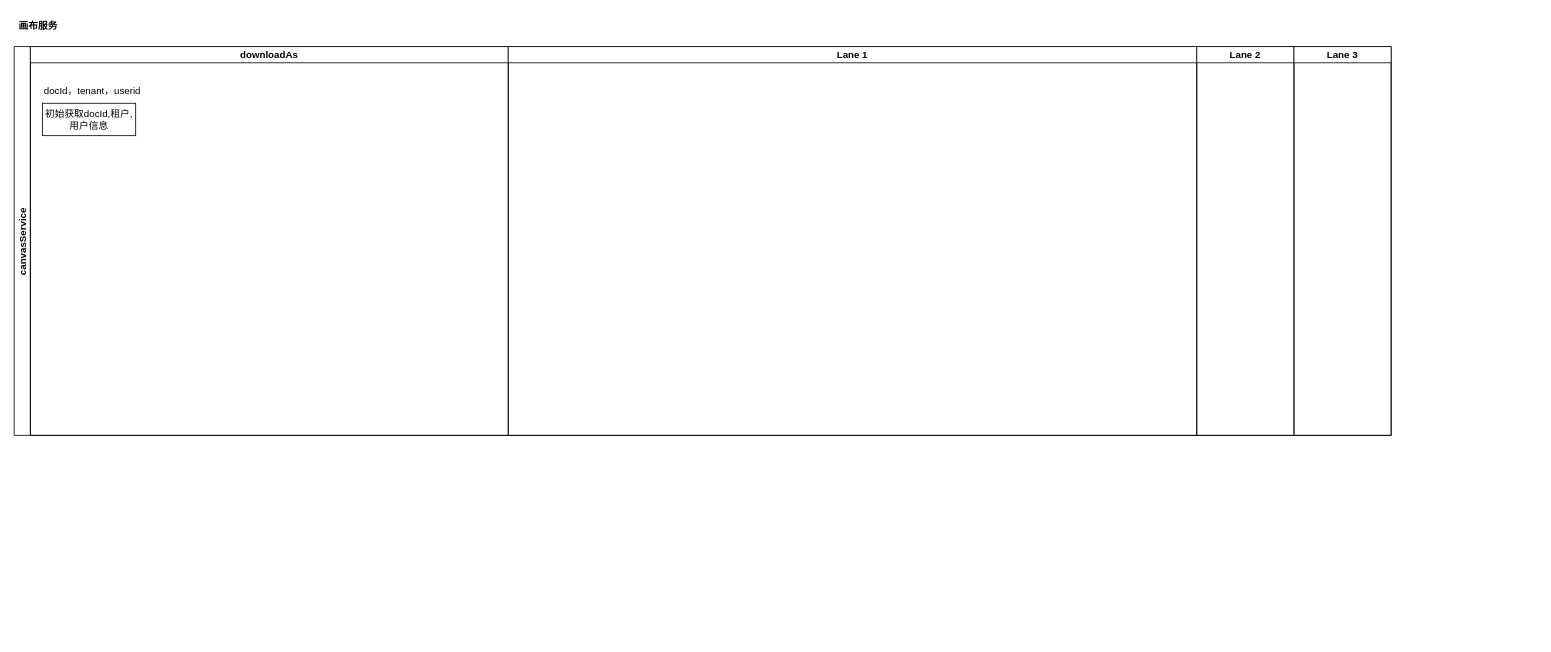
Earlier version of the draw.io diagram page "canvasService" (5 of 8) of Untitled Diagram.drawio (31ui/draw). Source tidied: cells renumbered, new cells numbered last; positions are measured from the earlier drawing's top-left corner, leaving out a move shared by most shapes. Both pictures are drawn from the tidied source at 81%, with x=0, y=0 at pixel (14, 14).
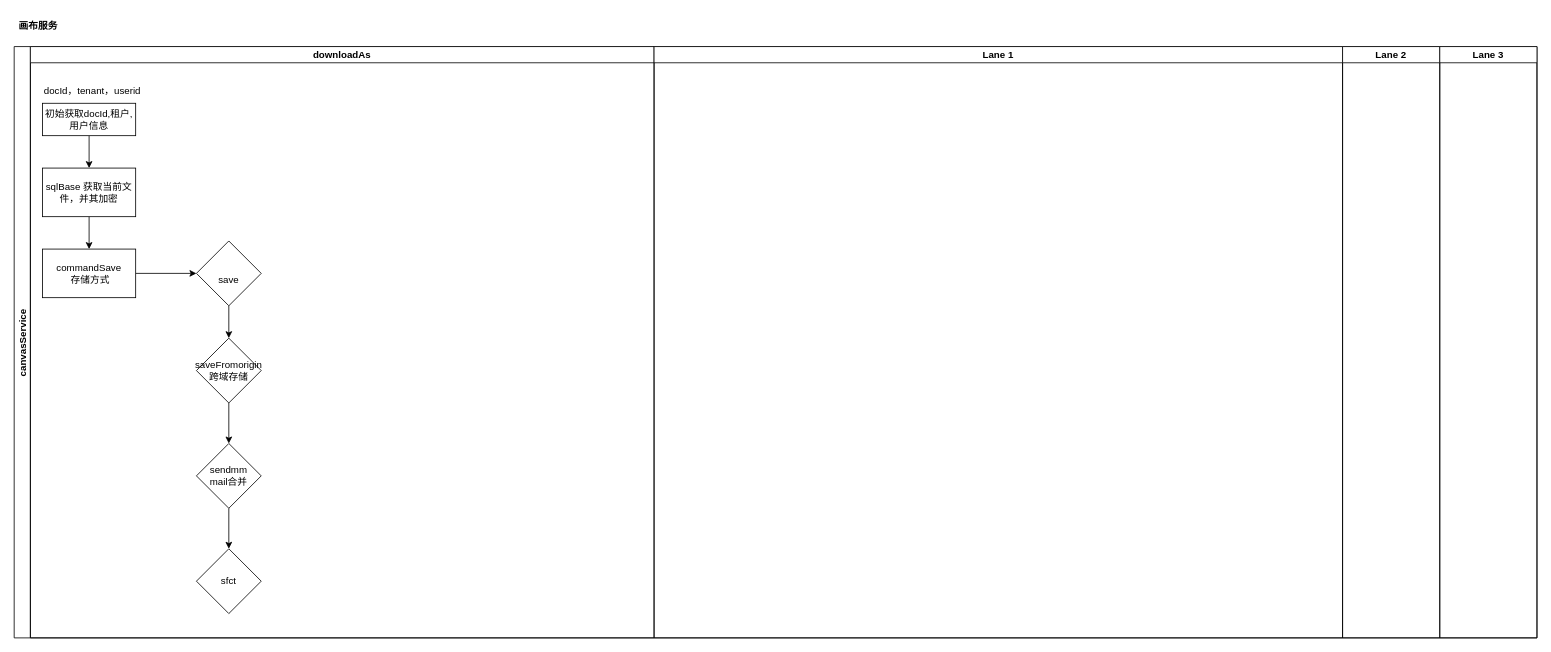
The same page after the edit.

The change refers to these unchanged cells:
```xml
<mxCell id="4" value="初始获取docId,租户,用户信息" style="whiteSpace=wrap;html=1;" parent="3" vertex="1">
  <mxGeometry x="15" y="70" width="115" height="40" as="geometry" />
</mxCell>
```

Diff of the diagram source:
```diff
@@
     <mxCell id="2" value="canvasService" style="swimlane;startSize=20;horizontal=0;" parent="1" vertex="1">
-      <mxGeometry y="40" width="1700" height="480" as="geometry" />
+      <mxGeometry y="40" width="1880" height="730" as="geometry" />
     </mxCell>
     <mxCell id="3" value="downloadAs" style="swimlane;startSize=20;" parent="2" vertex="1">
-      <mxGeometry x="20" width="590" height="480" as="geometry" />
+      <mxGeometry x="20" width="770" height="730" as="geometry" />
     </mxCell>
+    <mxCell id="10" style="edgeStyle=orthogonalEdgeStyle;rounded=0;jettySize=auto;html=1;" parent="3" edge="1" source="4" target="12">
+      <mxGeometry relative="1" as="geometry" />
+    </mxCell>
@@
+    <mxCell id="11" style="edgeStyle=orthogonalEdgeStyle;rounded=0;jettySize=auto;html=1;" parent="3" edge="1" source="12" target="14">
+      <mxGeometry relative="1" as="geometry" />
+    </mxCell>
+    <mxCell id="12" value="sqlBase 获取当前文件，并其加密" style="whiteSpace=wrap;html=1;" parent="3" vertex="1">
+      <mxGeometry x="15" y="150" width="115" height="60" as="geometry" />
+    </mxCell>
+    <mxCell id="13" style="edgeStyle=orthogonalEdgeStyle;rounded=0;jettySize=auto;html=1;entryX=0;entryY=0.5;entryDx=0;entryDy=0;" parent="3" edge="1" source="14" target="16">
+      <mxGeometry relative="1" as="geometry" />
+    </mxCell>
+    <mxCell id="14" value="commandSave&lt;br&gt;&amp;nbsp;存储方式" style="whiteSpace=wrap;html=1;" parent="3" vertex="1">
+      <mxGeometry x="15" y="250" width="115" height="60" as="geometry" />
+    </mxCell>
+    <mxCell id="15" style="group;" parent="3" vertex="1">
+      <mxGeometry x="205" y="240" width="80" height="460" as="geometry" />
+    </mxCell>
+    <mxCell id="16" value="&lt;br&gt;save" style="rhombus;whiteSpace=wrap;html=1;" parent="15" vertex="1">
+      <mxGeometry width="80" height="80" as="geometry" />
+    </mxCell>
+    <mxCell id="17" value="saveFromorigin&lt;br&gt;跨域存储" style="rhombus;whiteSpace=wrap;html=1;" parent="15" vertex="1">
+      <mxGeometry y="120" width="80" height="80" as="geometry" />
+    </mxCell>
+    <mxCell id="18" style="edgeStyle=orthogonalEdgeStyle;rounded=0;jettySize=auto;html=1;" parent="15" edge="1" source="16" target="17">
+      <mxGeometry relative="1" as="geometry" />
+    </mxCell>
+    <mxCell id="19" value="sendmm&lt;br&gt;mail合并" style="rhombus;whiteSpace=wrap;html=1;" parent="15" vertex="1">
+      <mxGeometry y="250" width="80" height="80" as="geometry" />
+    </mxCell>
+    <mxCell id="20" style="edgeStyle=orthogonalEdgeStyle;rounded=0;jettySize=auto;html=1;" parent="15" edge="1" source="17" target="19">
+      <mxGeometry relative="1" as="geometry" />
+    </mxCell>
+    <mxCell id="21" value="sfct&lt;br&gt;" style="rhombus;whiteSpace=wrap;html=1;" parent="15" vertex="1">
+      <mxGeometry y="380" width="80" height="80" as="geometry" />
+    </mxCell>
+    <mxCell id="22" style="edgeStyle=orthogonalEdgeStyle;rounded=0;jettySize=auto;html=1;" parent="15" edge="1" source="19" target="21">
+      <mxGeometry relative="1" as="geometry" />
+    </mxCell>
     <mxCell id="6" value="Lane 1" style="swimlane;startSize=20;" parent="2" vertex="1">
-      <mxGeometry x="610" width="850" height="480" as="geometry" />
+      <mxGeometry x="790" width="850" height="730" as="geometry" />
     </mxCell>
     <mxCell id="7" value="Lane 2" style="swimlane;startSize=20;" parent="2" vertex="1">
-      <mxGeometry x="1460" width="120" height="480" as="geometry" />
+      <mxGeometry x="1640" width="120" height="730" as="geometry" />
     </mxCell>
     <mxCell id="8" value="Lane 3" style="swimlane;startSize=20;" parent="2" vertex="1">
-      <mxGeometry x="1580" width="120" height="480" as="geometry" />
+      <mxGeometry x="1760" width="120" height="730" as="geometry" />
     </mxCell>
```
